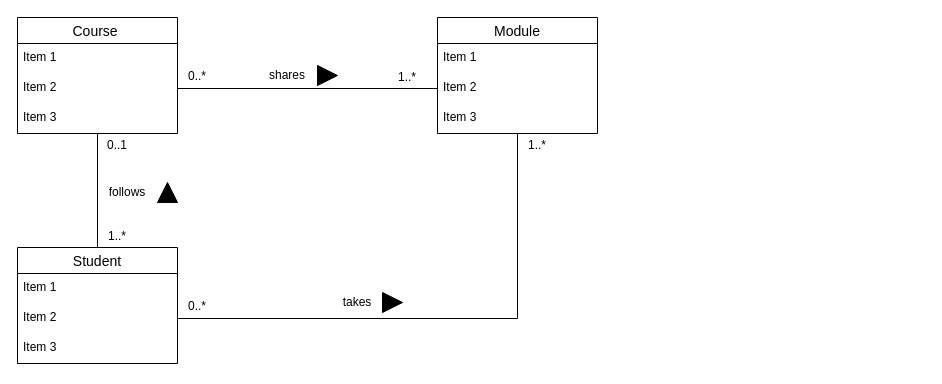
The draw.io diagram page "MyAnswers" (2 of 2) of Tutorial 2/Tutorial2_Exercise2.drawio in ChitharaKarunasekera/DatabaseSystemsTutorials, before the edit. Source tidied: cells renumbered, new cells numbered last; positions are measured from the earlier drawing's top-left corner, leaving out a move shared by most shapes. Both pictures are drawn from the tidied source at 100%, with x=0, y=0 at pixel (17, 17).
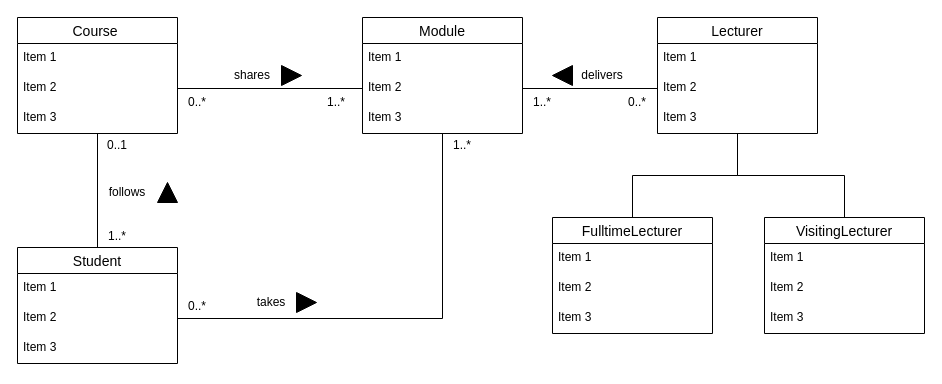
After the change.

Commit message:
lecturer Entity

The change refers to these unchanged cells:
```xml
<mxCell id="9" value="Item 2" style="text;strokeColor=none;fillColor=none;spacingLeft=4;spacingRight=4;overflow=hidden;points=[[0,0.5],[1,0.5]];portConstraint=eastwest;fontSize=12;" parent="7" vertex="1">
  <mxGeometry y="56" width="160" height="30" as="geometry" />
</mxCell>
```

What changed in the source:
```diff
@@
     <mxCell id="7" value="Module" style="swimlane;fontStyle=0;horizontal=1;startSize=26;align=center;fontSize=14;" parent="1" vertex="1">
-      <mxGeometry x="420" width="160" height="116" as="geometry" />
+      <mxGeometry x="345" width="160" height="116" as="geometry" />
     </mxCell>
@@
     <mxCell id="12" value="shares" style="text;html=1;strokeColor=none;fillColor=none;align=center;verticalAlign=middle;whiteSpace=wrap;rounded=0;" parent="1" vertex="1">
-      <mxGeometry x="240" y="43" width="60" height="30" as="geometry" />
+      <mxGeometry x="205" y="43" width="60" height="30" as="geometry" />
     </mxCell>
     <mxCell id="13" style="triangle;whiteSpace=wrap;html=1;fillColor=#000000;" parent="1" vertex="1">
-      <mxGeometry x="300" y="48" width="20" height="20" as="geometry" />
+      <mxGeometry x="264" y="48" width="20" height="20" as="geometry" />
     </mxCell>
     <mxCell id="14" value="1..*" style="text;html=1;strokeColor=none;fillColor=none;align=center;verticalAlign=middle;whiteSpace=wrap;rounded=0;" parent="1" vertex="1">
-      <mxGeometry x="370" y="48" width="40" height="23" as="geometry" />
+      <mxGeometry x="299" y="73" width="40" height="23" as="geometry" />
     </mxCell>
     <mxCell id="15" value="0..*" style="text;html=1;strokeColor=none;fillColor=none;align=center;verticalAlign=middle;whiteSpace=wrap;rounded=0;" parent="1" vertex="1">
-      <mxGeometry x="160" y="47" width="40" height="23" as="geometry" />
+      <mxGeometry x="160" y="73" width="40" height="23" as="geometry" />
     </mxCell>
@@
     <mxCell id="25" value="takes" style="text;html=1;strokeColor=none;fillColor=none;align=center;verticalAlign=middle;whiteSpace=wrap;rounded=0;" parent="1" vertex="1">
-      <mxGeometry x="310" y="270" width="60" height="30" as="geometry" />
+      <mxGeometry x="224" y="270" width="60" height="30" as="geometry" />
     </mxCell>
     <mxCell id="26" style="triangle;whiteSpace=wrap;html=1;fillColor=#000000;direction=east;" parent="1" vertex="1">
-      <mxGeometry x="365" y="275" width="20" height="20" as="geometry" />
+      <mxGeometry x="279" y="275" width="20" height="20" as="geometry" />
     </mxCell>
     <mxCell id="27" value="1..*" style="text;html=1;strokeColor=none;fillColor=none;align=center;verticalAlign=middle;whiteSpace=wrap;rounded=0;" parent="1" vertex="1">
-      <mxGeometry x="500" y="116" width="40" height="23" as="geometry" />
+      <mxGeometry x="425" y="116" width="40" height="23" as="geometry" />
     </mxCell>
@@
+    <mxCell id="29" style="edgeStyle=orthogonalEdgeStyle;rounded=0;jettySize=auto;html=1;entryX=0.5;entryY=0;entryDx=0;entryDy=0;endArrow=none;endFill=0;" parent="1" edge="1" source="31" target="40">
+      <mxGeometry relative="1" as="geometry" />
+    </mxCell>
+    <mxCell id="30" style="edgeStyle=orthogonalEdgeStyle;rounded=0;jettySize=auto;html=1;endArrow=none;endFill=0;" parent="1" edge="1" source="31" target="44">
+      <mxGeometry relative="1" as="geometry" />
+    </mxCell>
+    <mxCell id="31" value="Lecturer" style="swimlane;fontStyle=0;horizontal=1;startSize=26;align=center;fontSize=14;" parent="1" vertex="1">
+      <mxGeometry x="640" width="160" height="116" as="geometry" />
+    </mxCell>
+    <mxCell id="32" value="Item 1" style="text;strokeColor=none;fillColor=none;spacingLeft=4;spacingRight=4;overflow=hidden;fontSize=12;" parent="31" vertex="1">
+      <mxGeometry y="26" width="160" height="30" as="geometry" />
+    </mxCell>
+    <mxCell id="33" value="Item 2" style="text;strokeColor=none;fillColor=none;spacingLeft=4;spacingRight=4;overflow=hidden;points=[[0,0.5],[1,0.5]];portConstraint=eastwest;fontSize=12;" parent="31" vertex="1">
+      <mxGeometry y="56" width="160" height="30" as="geometry" />
+    </mxCell>
+    <mxCell id="34" value="Item 3" style="text;strokeColor=none;fillColor=none;spacingLeft=4;spacingRight=4;overflow=hidden;fontSize=12;" parent="31" vertex="1">
+      <mxGeometry y="86" width="160" height="30" as="geometry" />
+    </mxCell>
+    <mxCell id="35" style="edgeStyle=orthogonalEdgeStyle;rounded=0;jettySize=auto;html=1;endArrow=none;endFill=0;" parent="1" edge="1" source="9" target="33">
+      <mxGeometry relative="1" as="geometry" />
+    </mxCell>
+    <mxCell id="36" value="delivers" style="text;html=1;strokeColor=none;fillColor=none;align=center;verticalAlign=middle;whiteSpace=wrap;rounded=0;" parent="1" vertex="1">
+      <mxGeometry x="555" y="43" width="60" height="30" as="geometry" />
+    </mxCell>
+    <mxCell id="37" style="triangle;whiteSpace=wrap;html=1;fillColor=#000000;rotation=0;direction=west;" parent="1" vertex="1">
+      <mxGeometry x="535" y="48" width="20" height="20" as="geometry" />
+    </mxCell>
+    <mxCell id="38" value="0..*" style="text;html=1;strokeColor=none;fillColor=none;align=center;verticalAlign=middle;whiteSpace=wrap;rounded=0;" parent="1" vertex="1">
+      <mxGeometry x="600" y="73" width="40" height="23" as="geometry" />
+    </mxCell>
+    <mxCell id="39" value="1..*" style="text;html=1;strokeColor=none;fillColor=none;align=center;verticalAlign=middle;whiteSpace=wrap;rounded=0;" parent="1" vertex="1">
+      <mxGeometry x="505" y="73" width="40" height="23" as="geometry" />
+    </mxCell>
+    <mxCell id="40" value="FulltimeLecturer" style="swimlane;fontStyle=0;horizontal=1;startSize=26;align=center;fontSize=14;" parent="1" vertex="1">
+      <mxGeometry x="535" y="200" width="160" height="116" as="geometry" />
+    </mxCell>
+    <mxCell id="41" value="Item 1" style="text;strokeColor=none;fillColor=none;spacingLeft=4;spacingRight=4;overflow=hidden;fontSize=12;" parent="40" vertex="1">
+      <mxGeometry y="26" width="160" height="30" as="geometry" />
+    </mxCell>
+    <mxCell id="42" value="Item 2" style="text;strokeColor=none;fillColor=none;spacingLeft=4;spacingRight=4;overflow=hidden;fontSize=12;" parent="40" vertex="1">
+      <mxGeometry y="56" width="160" height="30" as="geometry" />
+    </mxCell>
+    <mxCell id="43" value="Item 3" style="text;strokeColor=none;fillColor=none;spacingLeft=4;spacingRight=4;overflow=hidden;fontSize=12;" parent="40" vertex="1">
+      <mxGeometry y="86" width="160" height="30" as="geometry" />
+    </mxCell>
+    <mxCell id="44" value="VisitingLecturer" style="swimlane;fontStyle=0;horizontal=1;startSize=26;align=center;fontSize=14;" parent="1" vertex="1">
+      <mxGeometry x="747" y="200" width="160" height="116" as="geometry" />
+    </mxCell>
+    <mxCell id="45" value="Item 1" style="text;strokeColor=none;fillColor=none;spacingLeft=4;spacingRight=4;overflow=hidden;fontSize=12;" parent="44" vertex="1">
+      <mxGeometry y="26" width="160" height="30" as="geometry" />
+    </mxCell>
+    <mxCell id="46" value="Item 2" style="text;strokeColor=none;fillColor=none;spacingLeft=4;spacingRight=4;overflow=hidden;fontSize=12;" parent="44" vertex="1">
+      <mxGeometry y="56" width="160" height="30" as="geometry" />
+    </mxCell>
+    <mxCell id="47" value="Item 3" style="text;strokeColor=none;fillColor=none;spacingLeft=4;spacingRight=4;overflow=hidden;fontSize=12;" parent="44" vertex="1">
+      <mxGeometry y="86" width="160" height="30" as="geometry" />
+    </mxCell>
```
